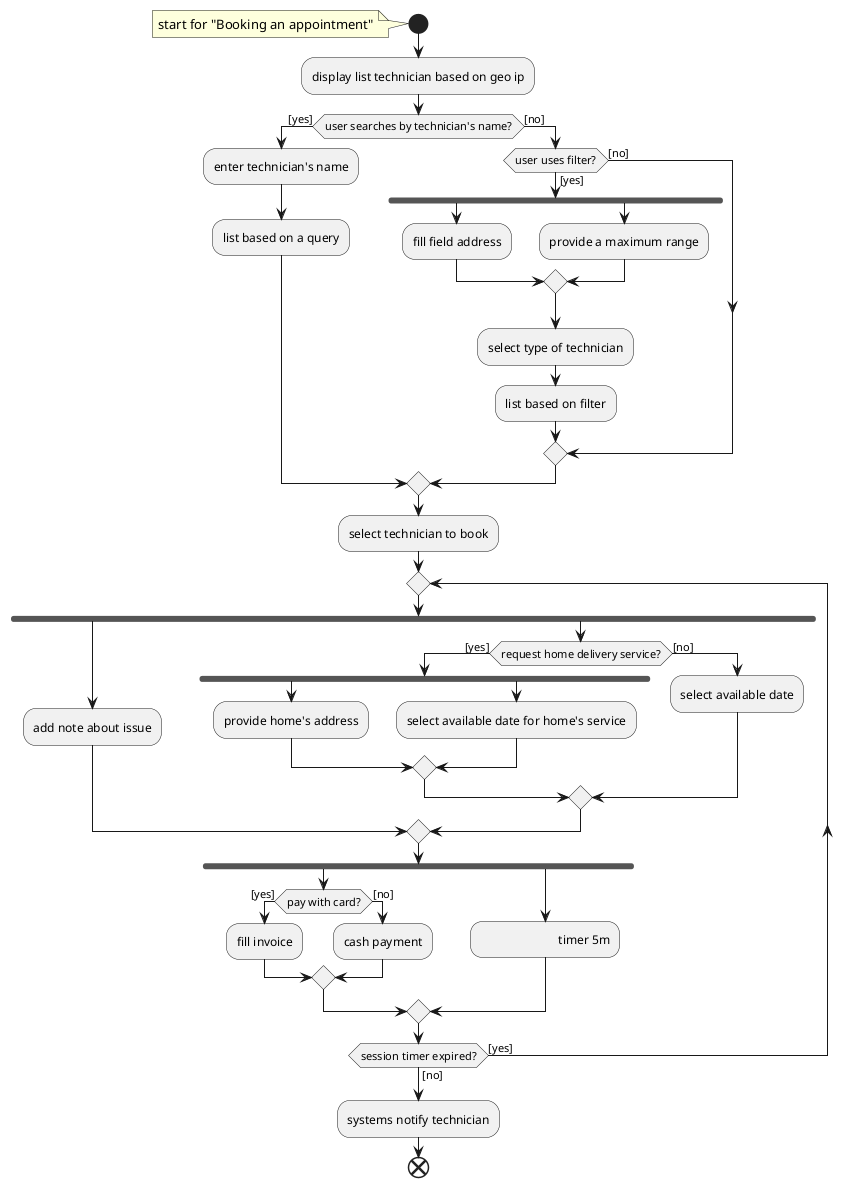
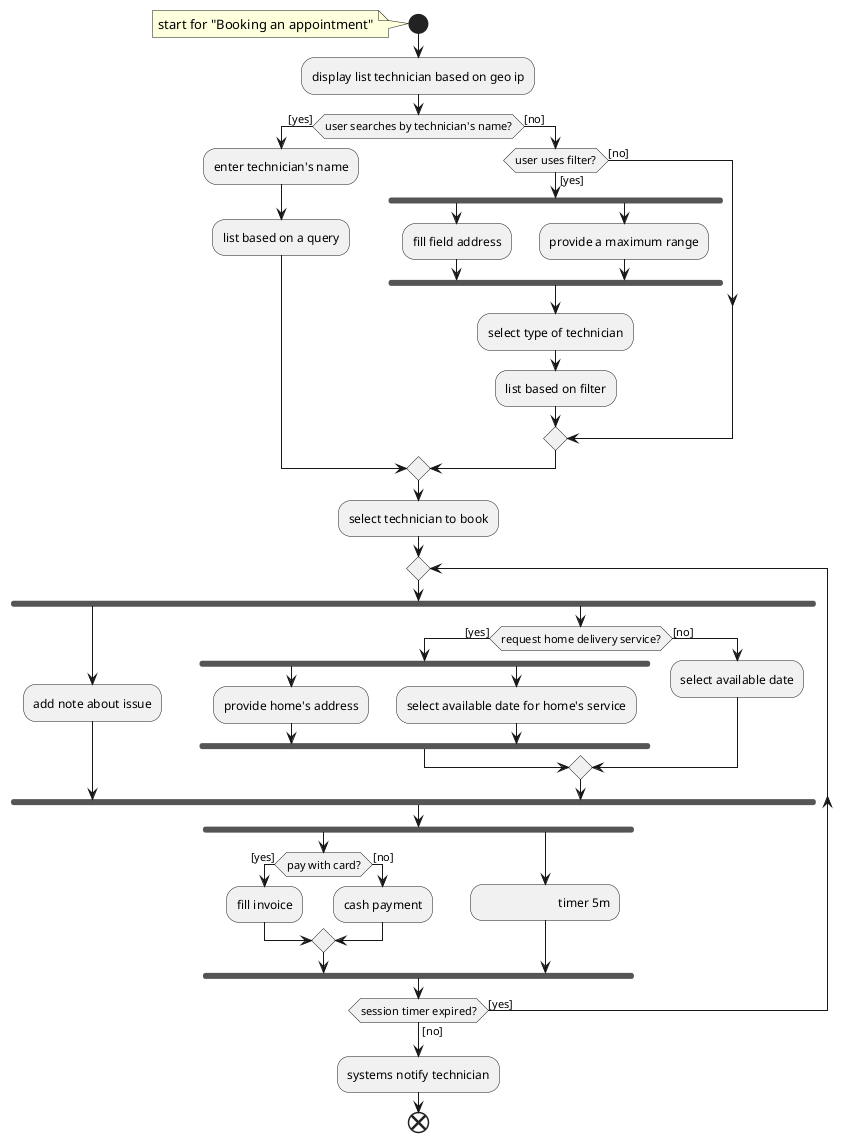
@startuml

start
note
start for "Booking an appointment"
end note

:display list technician based on geo ip;

if (user searches by technician's name?) then ([yes])
    :enter technician's name;
    :list based on a query;
else ([no])
    if (user uses filter?) then ([yes])
    fork
        :fill field address;
    fork again
        :provide a maximum range;
-     end merge
+     end fork

    :select type of technician;

    :list based on filter;

    else ([no])


endif
endif

:select technician to book;

repeat

fork
    :add note about issue;
fork again
    if (request home delivery service?) then ([yes])
        fork
            :provide home's address;
        fork again
            :select available date for home's service;
-         end merge
+         end fork
    else ([no])
        :select available date;
    endif
- end merge
+ end fork

fork

if (pay with card?) then ([yes])
    :fill invoice;
else ([no])
    :cash payment;
endif

fork again

:\t\t\t timer 5m; <<timeEvent>>

- end merge
+ end fork

repeat while (session timer expired?) is ([yes]) not ([no])

:systems notify technician;

end

@enduml